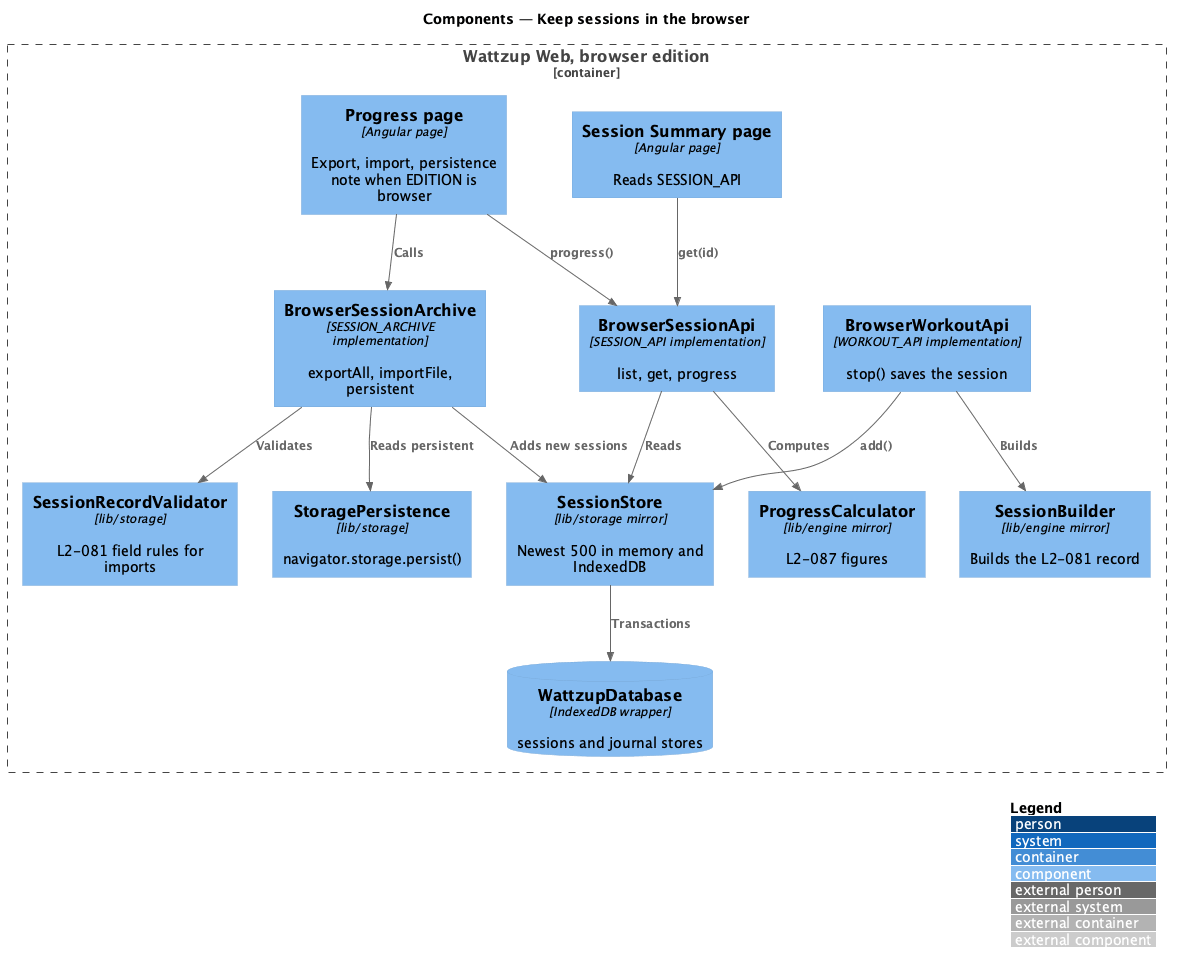
This is docs/detailed-designs/browser-edition/keep-sessions-in-browser/diagrams/c4-component.png from QuinntyneBrown/ride-one, a PlantUML export, as it was before one commit.
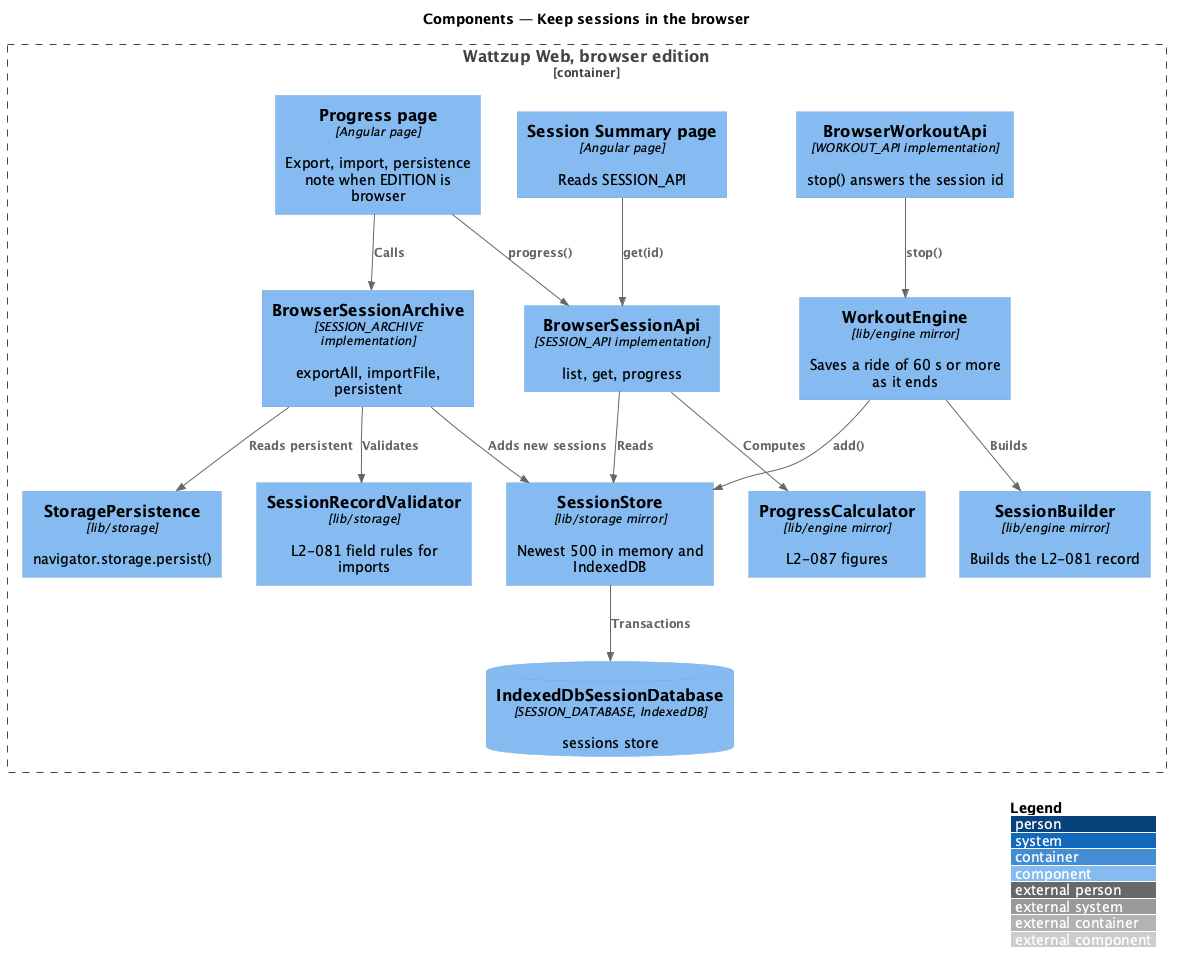
Later version of the same file.

The edit, as a diff of the source:
```diff
@@ -6,7 +6,8 @@
 Container_Boundary(app, "Wattzup Web, browser edition") {
   Component(progress, "Progress page", "Angular page", "Export, import, persistence note when EDITION is browser")
   Component(summary, "Session Summary page", "Angular page", "Reads SESSION_API")
-  Component(wapi, "BrowserWorkoutApi", "WORKOUT_API implementation", "stop() saves the session")
+  Component(wapi, "BrowserWorkoutApi", "WORKOUT_API implementation", "stop() answers the session id")
+  Component(engine, "WorkoutEngine", "lib/engine mirror", "Saves a ride of 60 s or more as it ends")
   Component(sapi, "BrowserSessionApi", "SESSION_API implementation", "list, get, progress")
   Component(archive, "BrowserSessionArchive", "SESSION_ARCHIVE implementation", "exportAll, importFile, persistent")
   Component(builder, "SessionBuilder", "lib/engine mirror", "Builds the L2-081 record")
@@ -14,13 +15,14 @@
   Component(store, "SessionStore", "lib/storage mirror", "Newest 500 in memory and IndexedDB")
   Component(validator, "SessionRecordValidator", "lib/storage", "L2-081 field rules for imports")
   Component(persist, "StoragePersistence", "lib/storage", "navigator.storage.persist()")
-  ComponentDb(db, "WattzupDatabase", "IndexedDB wrapper", "sessions and journal stores")
+  ComponentDb(db, "IndexedDbSessionDatabase", "SESSION_DATABASE, IndexedDB", "sessions store")
 }
 Rel(progress, archive, "Calls")
 Rel(progress, sapi, "progress()")
 Rel(summary, sapi, "get(id)")
-Rel(wapi, builder, "Builds")
-Rel(wapi, store, "add()")
+Rel(wapi, engine, "stop()")
+Rel(engine, builder, "Builds")
+Rel(engine, store, "add()")
 Rel(sapi, store, "Reads")
 Rel(sapi, calc, "Computes")
 Rel(archive, validator, "Validates")
```
